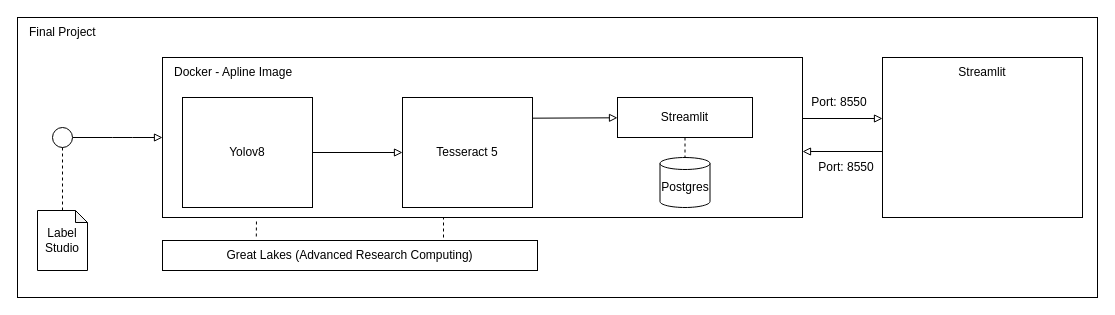
The draw.io diagram page "Physical" (1 of 2) of docs/other/architecture_0.drawio in joehiggi/siads-699, before the edit. Source tidied: cells renumbered, new cells numbered last; positions are measured from the earlier drawing's top-left corner, leaving out a move shared by most shapes. Both pictures are drawn from the tidied source at 100%, with x=0, y=0 at pixel (17, 17).
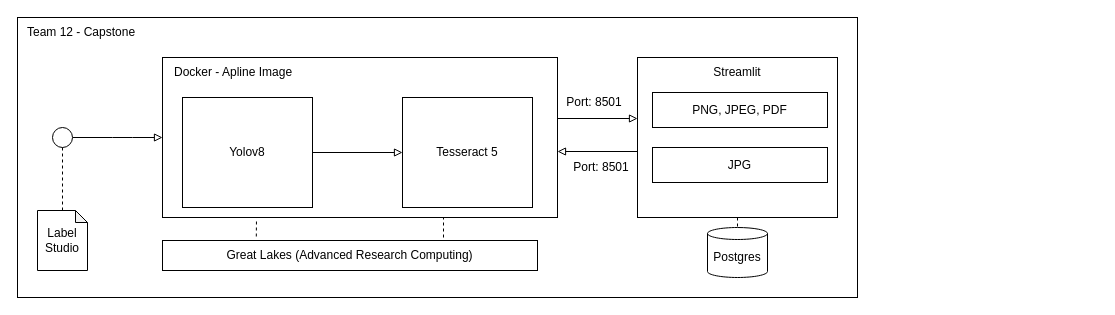
The same page after the edit.

Unchanged cells that the change refers to:
```xml
<mxCell id="14" value="Tesseract 5" style="rounded=0;whiteSpace=wrap;html=1;" parent="1" vertex="1">
  <mxGeometry x="385" y="80" width="130" height="110" as="geometry" />
</mxCell>
```

What changed in the source:
```diff
@@
     <mxCell id="2" style="group;" parent="1" vertex="1">
-      <mxGeometry width="1080" height="280" as="geometry" />
+      <mxGeometry width="840" height="280" as="geometry" />
     </mxCell>
     <mxCell id="3" style="rounded=0;whiteSpace=wrap;html=1;" parent="2" vertex="1">
-      <mxGeometry width="1080" height="280" as="geometry" />
+      <mxGeometry width="840" height="280" as="geometry" />
     </mxCell>
-    <mxCell id="4" value="Final Project" style="text;html=1;align=left;verticalAlign=middle;whiteSpace=wrap;rounded=0;" parent="2" vertex="1">
-      <mxGeometry x="10" width="230" height="30" as="geometry" />
+    <mxCell id="4" value="&lt;span style=&quot;color: rgb(0, 0, 0);&quot;&gt;Team 12 - Capstone&lt;/span&gt;" style="text;html=1;align=left;verticalAlign=middle;whiteSpace=wrap;rounded=0;" parent="2" vertex="1">
+      <mxGeometry x="7.8" width="178.9" height="30" as="geometry" />
     </mxCell>
+    <mxCell id="16" value="Postgres" style="shape=cylinder3;whiteSpace=wrap;html=1;boundedLbl=1;backgroundOutline=1;size=6;" parent="2" vertex="1">
+      <mxGeometry x="690" y="210" width="60" height="50" as="geometry" />
+    </mxCell>
@@
     <mxCell id="9" style="rounded=0;whiteSpace=wrap;html=1;" parent="1" vertex="1">
-      <mxGeometry x="145" y="40" width="640" height="160" as="geometry" />
+      <mxGeometry x="145" y="40" width="395" height="160" as="geometry" />
     </mxCell>
@@
-    <mxCell id="13" style="edgeStyle=none;html=1;exitX=1.001;exitY=0.188;exitDx=0;exitDy=0;exitPerimeter=0;endArrow=block;endFill=0;" parent="1" edge="1" source="14" target="15">
-      <mxGeometry relative="1" as="geometry" />
-    </mxCell>
@@
-    <mxCell id="15" value="Streamlit" style="rounded=0;whiteSpace=wrap;html=1;" parent="1" vertex="1">
-      <mxGeometry x="600" y="80" width="135" height="40" as="geometry" />
-    </mxCell>
-    <mxCell id="16" value="Postgres" style="shape=cylinder3;whiteSpace=wrap;html=1;boundedLbl=1;backgroundOutline=1;size=6;" parent="1" vertex="1">
-      <mxGeometry x="642.5" y="140" width="50" height="50" as="geometry" />
-    </mxCell>
     <mxCell id="17" style="rounded=0;whiteSpace=wrap;html=1;" parent="1" vertex="1">
-      <mxGeometry x="865" y="40" width="200" height="160" as="geometry" />
+      <mxGeometry x="620" y="40" width="200" height="160" as="geometry" />
     </mxCell>
     <mxCell id="18" style="edgeStyle=none;html=1;endArrow=block;endFill=0;" parent="1" edge="1">
       <mxGeometry relative="1" as="geometry">
-        <mxPoint x="785" y="101" as="sourcePoint" />
-        <mxPoint x="865" y="101" as="targetPoint" />
+        <mxPoint x="540" y="101" as="sourcePoint" />
+        <mxPoint x="620" y="101" as="targetPoint" />
       </mxGeometry>
     </mxCell>
     <mxCell id="19" style="edgeStyle=none;html=1;endArrow=none;endFill=0;exitX=1;exitY=0.75;exitDx=0;exitDy=0;entryX=0;entryY=0.75;entryDx=0;entryDy=0;startArrow=block;startFill=0;" parent="1" edge="1">
       <mxGeometry relative="1" as="geometry">
-        <mxPoint x="785" y="134" as="sourcePoint" />
-        <mxPoint x="865" y="134" as="targetPoint" />
+        <mxPoint x="540" y="134" as="sourcePoint" />
+        <mxPoint x="620" y="134" as="targetPoint" />
       </mxGeometry>
     </mxCell>
-    <mxCell id="20" style="endArrow=none;dashed=1;html=1;entryX=0.5;entryY=0;entryDx=0;entryDy=0;entryPerimeter=0;exitX=0.5;exitY=1;exitDx=0;exitDy=0;" parent="1" edge="1" source="15" target="16">
-      <mxGeometry relative="1" as="geometry" />
-    </mxCell>
     <mxCell id="21" value="Streamlit" style="text;html=1;align=center;verticalAlign=middle;whiteSpace=wrap;rounded=0;" parent="1" vertex="1">
-      <mxGeometry x="880" y="40" width="170" height="30" as="geometry" />
+      <mxGeometry x="635" y="40" width="170" height="30" as="geometry" />
     </mxCell>
-    <mxCell id="22" value="Port: 8550" style="text;html=1;align=center;verticalAlign=middle;whiteSpace=wrap;rounded=0;" parent="1" vertex="1">
-      <mxGeometry x="787" y="70" width="70" height="30" as="geometry" />
+    <mxCell id="22" value="Port: 8501" style="text;html=1;align=center;verticalAlign=middle;whiteSpace=wrap;rounded=0;" parent="1" vertex="1">
+      <mxGeometry x="542" y="70" width="70" height="30" as="geometry" />
     </mxCell>
-    <mxCell id="23" value="Port: 8550" style="text;html=1;align=center;verticalAlign=middle;whiteSpace=wrap;rounded=0;" parent="1" vertex="1">
-      <mxGeometry x="794" y="135" width="70" height="30" as="geometry" />
+    <mxCell id="23" value="Port: 8501" style="text;html=1;align=center;verticalAlign=middle;whiteSpace=wrap;rounded=0;" parent="1" vertex="1">
+      <mxGeometry x="549" y="135" width="70" height="30" as="geometry" />
     </mxCell>
@@
+    <mxCell id="27" style="endArrow=none;dashed=1;html=1;entryX=0.5;entryY=0;entryDx=0;entryDy=0;entryPerimeter=0;exitX=0.5;exitY=1;exitDx=0;exitDy=0;" parent="1" edge="1" source="17" target="16">
+      <mxGeometry relative="1" as="geometry" />
+    </mxCell>
+    <mxCell id="28" value="PNG, JPEG, PDF" style="rounded=0;whiteSpace=wrap;html=1;" parent="1" vertex="1">
+      <mxGeometry x="635" y="75" width="175" height="35" as="geometry" />
+    </mxCell>
+    <mxCell id="29" value="JPG" style="rounded=0;whiteSpace=wrap;html=1;" parent="1" vertex="1">
+      <mxGeometry x="635" y="130" width="175" height="35" as="geometry" />
+    </mxCell>
```
